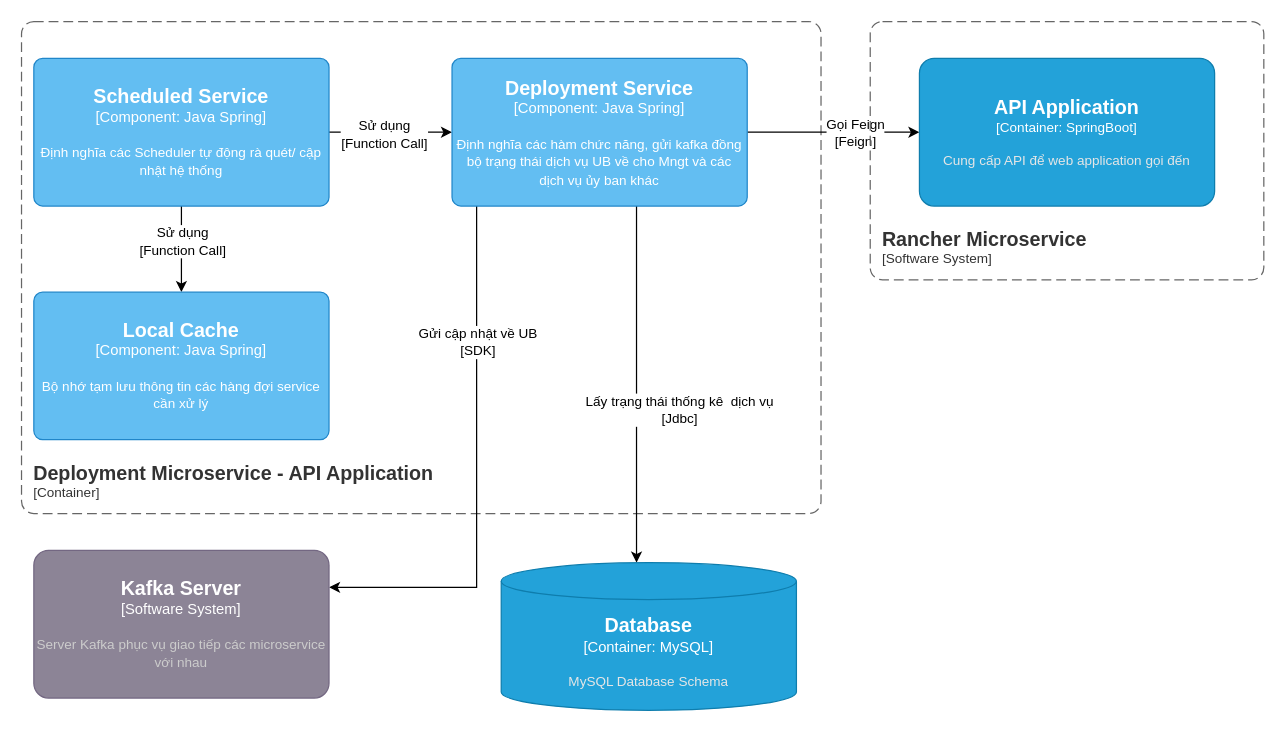
Earlier version of the draw.io diagram Idg-Portal lv3 Deployment API.drawio (dangngocsoncntt/draw.io). Source tidied: cells renumbered, new cells numbered last; positions are measured from the earlier drawing's top-left corner, leaving out a move shared by most shapes. Both pictures are drawn from the tidied source at 123%, with x=0, y=0 at pixel (21, 21).
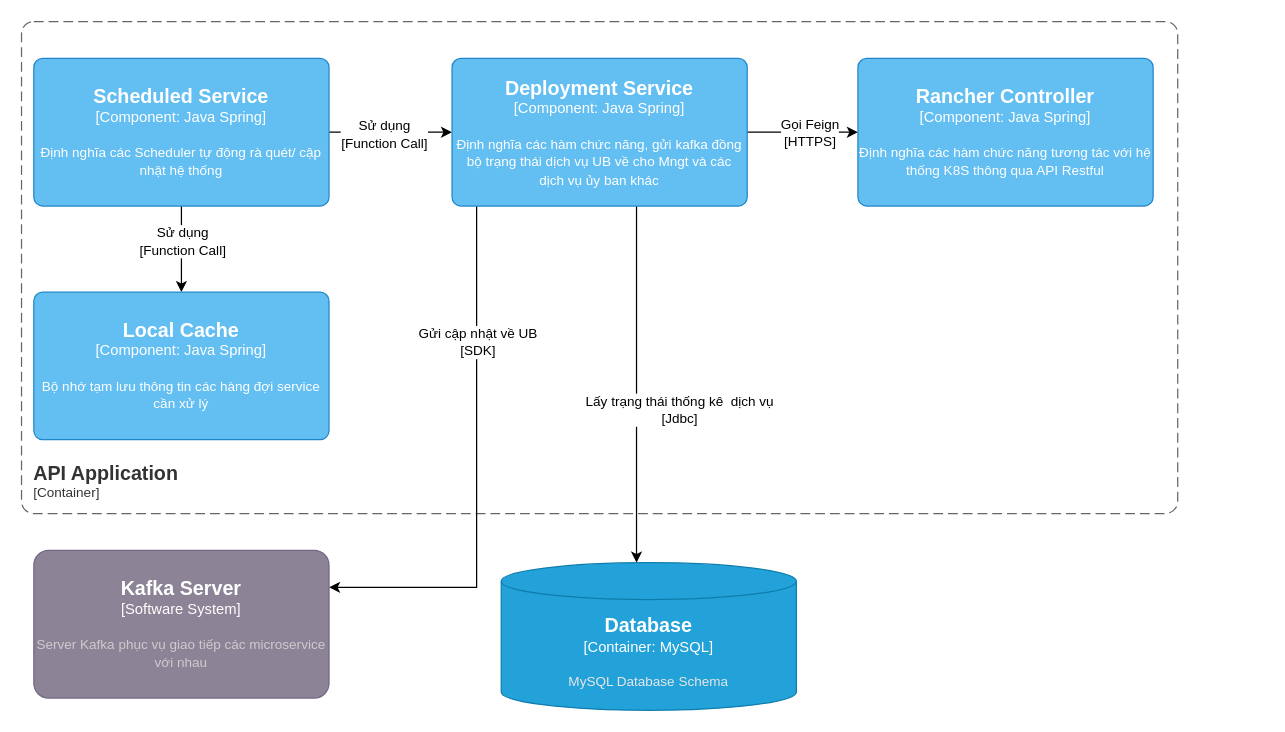
The same page after the edit.

Unchanged cells that the change refers to:
```xml
<object id="14" label="&lt;font style=&quot;font-size: 16px&quot;&gt;&lt;b&gt;%c4Name%&lt;/b&gt;&lt;/font&gt;&lt;div&gt;[%c4Type%: %c4Technology%]&lt;/div&gt;&lt;br&gt;&lt;div&gt;&lt;font style=&quot;font-size: 11px&quot;&gt;%c4Description%&lt;/font&gt;&lt;/div&gt;" c4Description="Định nghĩa các hàm chức năng, gửi kafka đồng bộ trạng thái dịch vụ UB về cho Mngt và các dịch vụ ủy ban khác" c4Name="Deployment Service" c4Technology="Java Spring" c4Type="Component" placeholders="1">
  <mxCell style="rounded=1;whiteSpace=wrap;html=1;labelBackgroundColor=none;fillColor=#63BEF2;fontColor=#ffffff;align=center;arcSize=6;strokeColor=#2086C9;points=[[0.25,0,0],[0.5,0,0],[0.75,0,0],[1,0.25,0],[1,0.5,0],[1,0.75,0],[0.75,1,0],[0.5,1,0],[0.25,1,0],[0,0.75,0],[0,0.5,0],[0,0.25,0]];" parent="1" vertex="1">
    <mxGeometry x="350" y="30" width="240" height="120" as="geometry" />
  </mxCell>
</object>
```

Change to the diagram source:
```diff
@@
-    <object id="2" label="&lt;font style=&quot;font-size: 16px&quot;&gt;&lt;b&gt;&lt;div style=&quot;text-align: left&quot;&gt;%c4Name%&lt;/div&gt;&lt;/b&gt;&lt;/font&gt;&lt;div style=&quot;text-align: left&quot;&gt;[%c4Application%]&lt;/div&gt;" c4Application="Container" c4Name="Deployment Microservice - API Application" placeholders="1">
+    <object id="2" label="&lt;font style=&quot;font-size: 16px&quot;&gt;&lt;b&gt;&lt;div style=&quot;text-align: left&quot;&gt;%c4Name%&lt;/div&gt;&lt;/b&gt;&lt;/font&gt;&lt;div style=&quot;text-align: left&quot;&gt;[%c4Application%]&lt;/div&gt;" c4Application="Container" c4Name="API Application" placeholders="1">
       <mxCell style="rounded=1;fontSize=11;whiteSpace=wrap;html=1;dashed=1;arcSize=20;fillColor=none;strokeColor=#666666;fontColor=#333333;labelBackgroundColor=none;align=left;verticalAlign=bottom;labelBorderColor=none;spacingTop=0;spacing=10;dashPattern=8 4;perimeter=rectanglePerimeter;noLabel=0;labelPadding=0;absoluteArcSize=1;" parent="1" vertex="1">
-        <mxGeometry width="650" height="400" as="geometry" />
+        <mxGeometry width="940" height="400" as="geometry" />
       </mxCell>
     </object>
@@
-    <mxCell id="12" style="edgeStyle=orthogonalEdgeStyle;rounded=0;jettySize=auto;html=1;" parent="1" edge="1" source="14" target="18">
+    <mxCell id="12" style="edgeStyle=orthogonalEdgeStyle;rounded=0;jettySize=auto;html=1;" parent="1" edge="1" source="14" target="21">
       <mxGeometry relative="1" as="geometry" />
     </mxCell>
-    <mxCell id="13" value="Gọi Feign&lt;br&gt;[Feign]" style="edgeLabel;html=1;align=center;verticalAlign=middle;" parent="12" vertex="1">
-      <mxGeometry x="0.24" relative="1" as="geometry" />
-    </mxCell>
+    <mxCell id="20" value="Gọi Feign&lt;br&gt;[HTTPS]" style="edgeLabel;html=1;align=center;verticalAlign=middle;" parent="12" vertex="1">
+      <mxGeometry x="-0.32" y="1" relative="1" as="geometry">
+        <mxPoint x="19" y="1" as="offset" />
+      </mxGeometry>
+    </mxCell>
@@
-    <object id="18" label="&lt;font style=&quot;font-size: 16px&quot;&gt;&lt;b&gt;%c4Name%&lt;/b&gt;&lt;/font&gt;&lt;div&gt;[%c4Type%: %c4Technology%]&lt;/div&gt;&lt;br&gt;&lt;div&gt;&lt;font style=&quot;font-size: 11px&quot;&gt;&lt;font color=&quot;#E6E6E6&quot;&gt;%c4Description%&lt;/font&gt;&lt;/div&gt;" c4Description="Cung cấp API để web application gọi đến " c4Name="API Application" c4Technology="SpringBoot" c4Type="Container" placeholders="1">
-      <mxCell style="rounded=1;whiteSpace=wrap;html=1;fontSize=11;labelBackgroundColor=none;fillColor=#23A2D9;fontColor=#ffffff;align=center;arcSize=10;strokeColor=#0E7DAD;points=[[0.25,0,0],[0.5,0,0],[0.75,0,0],[1,0.25,0],[1,0.5,0],[1,0.75,0],[0.75,1,0],[0.5,1,0],[0.25,1,0],[0,0.75,0],[0,0.5,0],[0,0.25,0]];" parent="1" vertex="1">
-        <mxGeometry x="730" y="30" width="240" height="120" as="geometry" />
-      </mxCell>
-    </object>
-    <object id="19" label="&lt;font style=&quot;font-size: 16px&quot;&gt;&lt;b&gt;&lt;div style=&quot;text-align: left&quot;&gt;%c4Name%&lt;/div&gt;&lt;/b&gt;&lt;/font&gt;&lt;div style=&quot;text-align: left&quot;&gt;[%c4Application%]&lt;/div&gt;" c4Application="Software System" c4Name="Rancher Microservice" placeholders="1">
-      <mxCell style="rounded=1;fontSize=11;whiteSpace=wrap;html=1;dashed=1;arcSize=20;fillColor=none;strokeColor=#666666;fontColor=#333333;labelBackgroundColor=none;align=left;verticalAlign=bottom;labelBorderColor=none;spacingTop=0;spacing=10;dashPattern=8 4;perimeter=rectanglePerimeter;noLabel=0;labelPadding=0;absoluteArcSize=1;" parent="1" vertex="1">
-        <mxGeometry x="690" width="320" height="210" as="geometry" />
-      </mxCell>
-    </object>
+    <object id="21" label="&lt;font style=&quot;font-size: 16px&quot;&gt;&lt;b&gt;%c4Name%&lt;/b&gt;&lt;/font&gt;&lt;div&gt;[%c4Type%: %c4Technology%]&lt;/div&gt;&lt;br&gt;&lt;div&gt;&lt;font style=&quot;font-size: 11px&quot;&gt;%c4Description%&lt;/font&gt;&lt;/div&gt;" c4Description="Định nghĩa các hàm chức năng tương tác với hệ thống K8S thông qua API Restful" c4Name="Rancher Controller" c4Technology="Java Spring" c4Type="Component" placeholders="1">
+      <mxCell style="rounded=1;whiteSpace=wrap;html=1;labelBackgroundColor=none;fillColor=#63BEF2;fontColor=#ffffff;align=center;arcSize=6;strokeColor=#2086C9;points=[[0.25,0,0],[0.5,0,0],[0.75,0,0],[1,0.25,0],[1,0.5,0],[1,0.75,0],[0.75,1,0],[0.5,1,0],[0.25,1,0],[0,0.75,0],[0,0.5,0],[0,0.25,0]];" parent="1" vertex="1">
+        <mxGeometry x="680" y="30" width="240" height="120" as="geometry" />
+      </mxCell>
+    </object>
```
